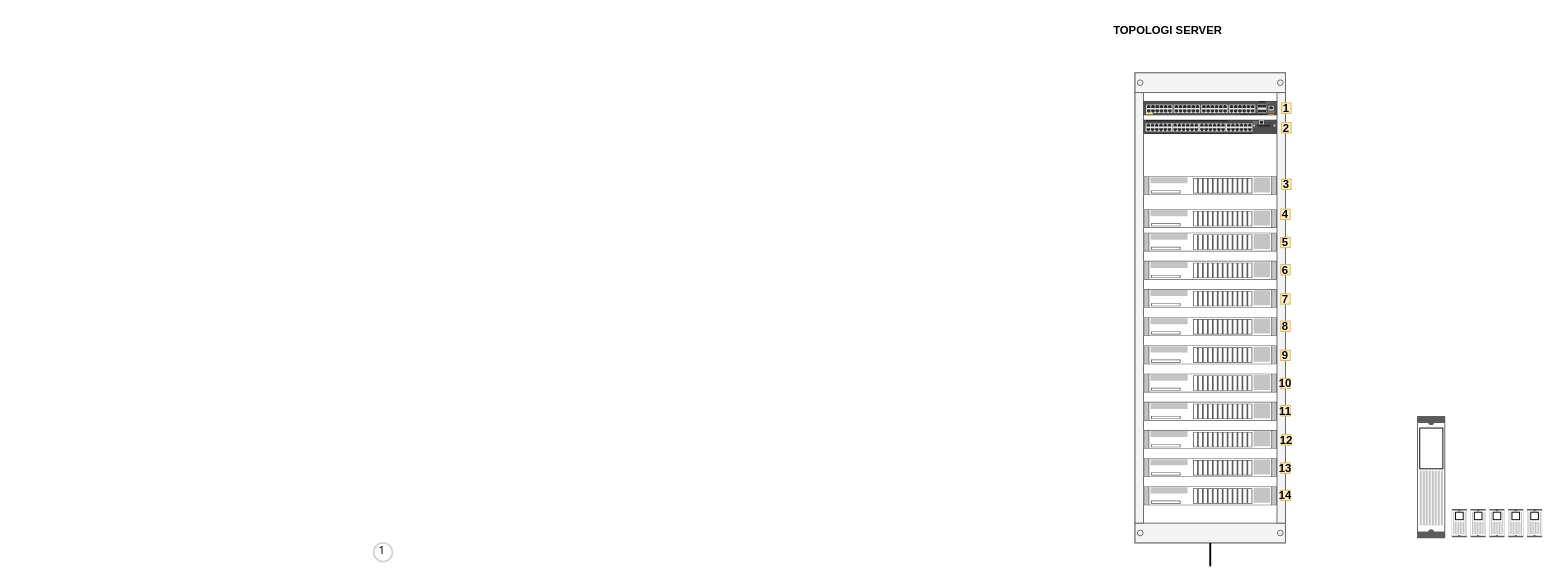
Above: bagan jaringan server.drawio in komandan/dupak (draw.io), before the change. Source tidied: cells renumbered, new cells numbered last; positions are measured from the earlier drawing's top-left corner, leaving out a move shared by most shapes. Both pictures are drawn from the tidied source at 94%, with x=0, y=0 at pixel (373, 16).
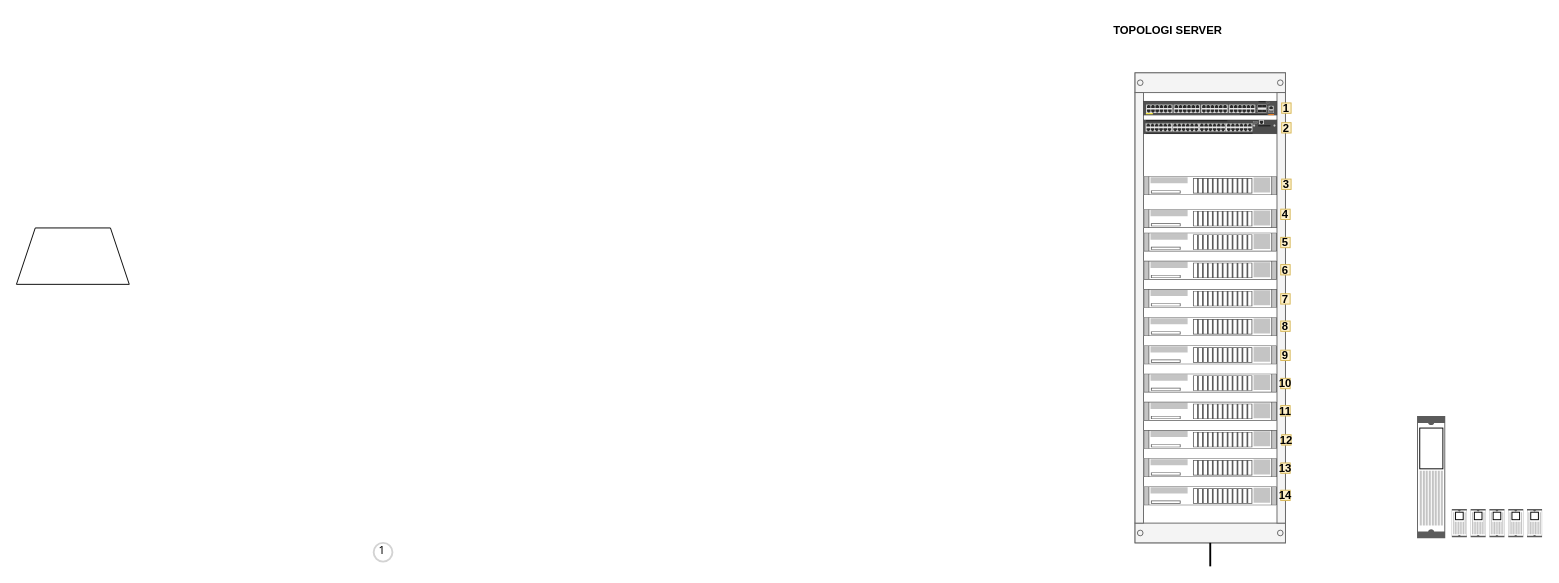
After the change.

Diff of the diagram source:
```diff
@@
+    <mxCell id="40" style="shape=trapezoid;perimeter=trapezoidPerimeter;whiteSpace=wrap;html=1;fixedSize=1;" parent="1" vertex="1">
+      <mxGeometry x="-380" y="225" width="120" height="60" as="geometry" />
+    </mxCell>
```
